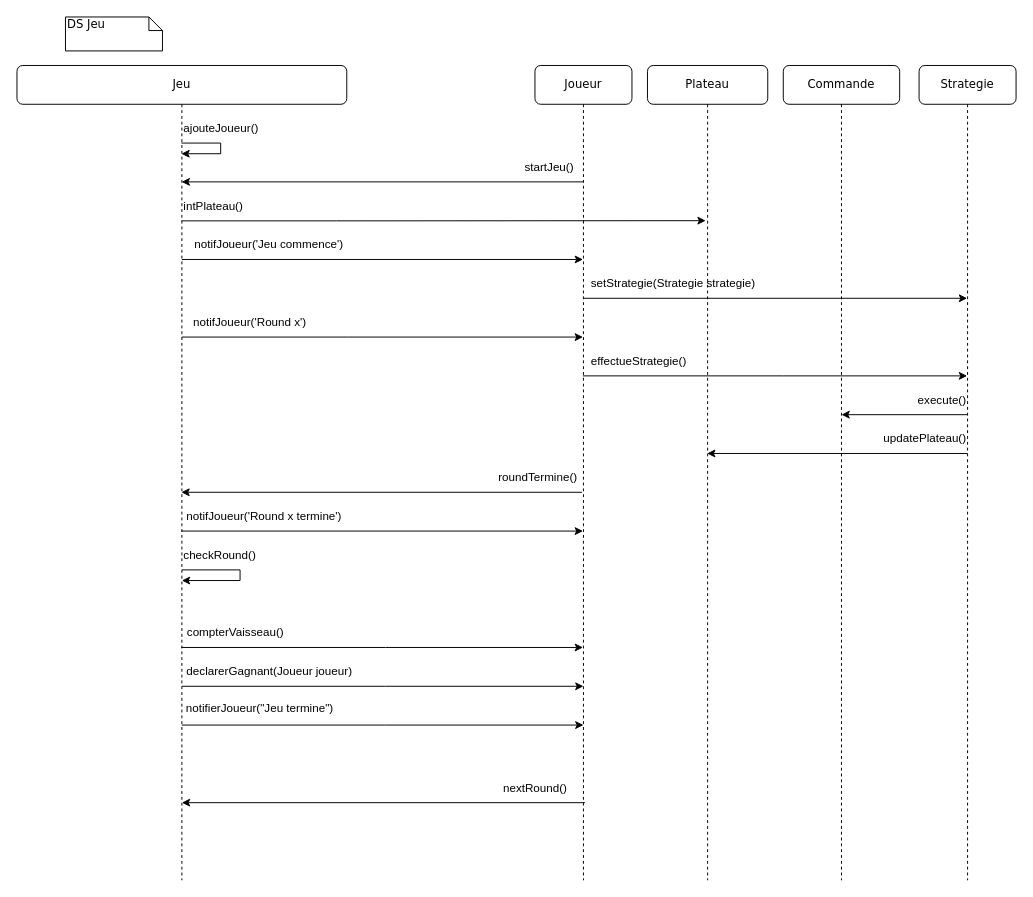
Above: page "Sequence de Jeu" (1 of 4) of diagrammedesequence.drawio in haikll/pocket_imperium_java (draw.io), before the change. Source tidied: cells renumbered, new cells numbered last; positions are measured from the earlier drawing's top-left corner, leaving out a move shared by most shapes. Both pictures are drawn from the tidied source at 97%, with x=0, y=0 at pixel (16, 16).
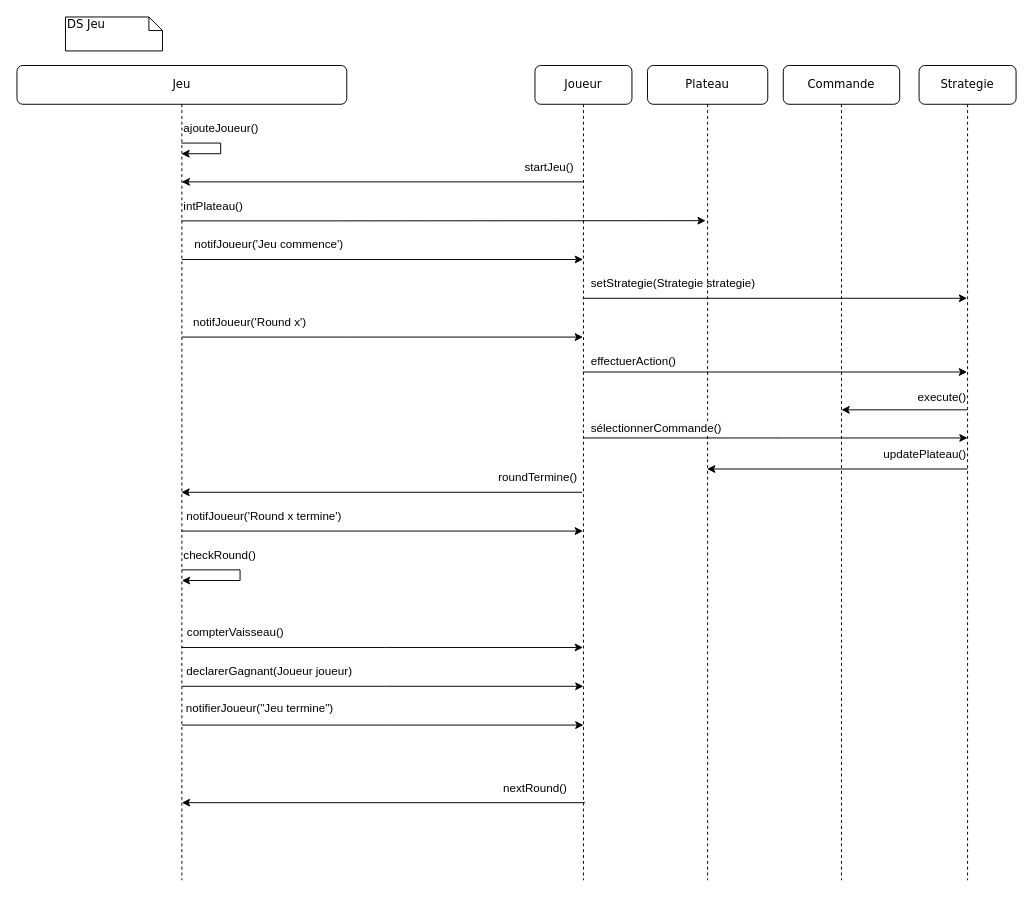
The same diagram, later.

The change refers to these unchanged cells:
```xml
<mxCell id="2" value="Joueur" style="shape=umlLifeline;perimeter=lifelinePerimeter;whiteSpace=wrap;html=1;outlineConnect=0;rounded=1;shadow=0;comic=0;labelBackgroundColor=none;strokeWidth=1;fontFamily=Verdana;fontSize=12;align=center;" parent="1" vertex="1">
  <mxGeometry x="534" y="50" width="100" height="840" as="geometry" />
</mxCell>
<mxCell id="7" value="Plateau" style="shape=umlLifeline;perimeter=lifelinePerimeter;whiteSpace=wrap;html=1;outlineConnect=0;rounded=1;shadow=0;comic=0;labelBackgroundColor=none;strokeWidth=1;fontFamily=Verdana;fontSize=12;align=center;" parent="1" vertex="1">
  <mxGeometry x="650" y="50" width="124" height="840" as="geometry" />
</mxCell>
<mxCell id="10" value="Strategie" style="shape=umlLifeline;perimeter=lifelinePerimeter;whiteSpace=wrap;html=1;outlineConnect=0;rounded=1;shadow=0;comic=0;labelBackgroundColor=none;strokeWidth=1;fontFamily=Verdana;fontSize=12;align=center;" parent="1" vertex="1">
  <mxGeometry x="930" y="50" width="100" height="840" as="geometry" />
</mxCell>
```

Diff of the diagram source:
```diff
@@
-    <mxCell id="11" style="endArrow=classic;html=1;rounded=0;" parent="10" edge="1" source="10">
+    <mxCell id="11" style="endArrow=classic;html=1;rounded=0;" parent="10" edge="1">
       <mxGeometry relative="1" as="geometry">
-        <mxPoint x="-80" y="360" as="targetPoint" />
+        <mxPoint x="49.5" y="355" as="sourcePoint" />
+        <mxPoint x="-80" y="355" as="targetPoint" />
       </mxGeometry>
     </mxCell>
     <mxCell id="12" value="&lt;div align=&quot;right&quot;&gt;execute()&lt;/div&gt;" style="text;html=1;align=right;verticalAlign=middle;strokeColor=none;fillColor=none;" parent="10" vertex="1">
-      <mxGeometry x="-20" y="330" width="70" height="30" as="geometry" />
+      <mxGeometry x="-20" y="327" width="70" height="30" as="geometry" />
     </mxCell>
-    <mxCell id="13" style="endArrow=classic;html=1;rounded=0;" parent="10" edge="1" target="7">
+    <mxCell id="13" style="endArrow=classic;html=1;rounded=0;" parent="10" edge="1">
       <mxGeometry relative="1" as="geometry">
-        <mxPoint x="50" y="400" as="sourcePoint" />
+        <mxPoint x="50" y="416" as="sourcePoint" />
+        <mxPoint x="-218.5" y="416" as="targetPoint" />
       </mxGeometry>
     </mxCell>
     <mxCell id="14" value="&lt;div align=&quot;right&quot;&gt;updatePlateau()&lt;/div&gt;" style="text;html=1;align=right;verticalAlign=middle;strokeColor=none;fillColor=none;" parent="10" vertex="1">
-      <mxGeometry x="-60" y="370" width="110" height="30" as="geometry" />
+      <mxGeometry x="-60" y="386" width="110" height="30" as="geometry" />
     </mxCell>
@@
-    <mxCell id="31" style="endArrow=classic;html=1;rounded=0;" parent="1" edge="1" source="2" target="10">
+    <mxCell id="31" style="endArrow=classic;html=1;rounded=0;" parent="1" edge="1">
       <mxGeometry relative="1" as="geometry">
+        <mxPoint x="583.5" y="366" as="sourcePoint" />
+        <mxPoint x="979.5" y="366" as="targetPoint" />
         <Array as="points">
-          <mxPoint x="790" y="370" />
+          <mxPoint x="790" y="366" />
         </Array>
       </mxGeometry>
     </mxCell>
@@
-    <mxCell id="33" value="effectueStrategie()" style="text;html=1;align=left;verticalAlign=middle;strokeColor=none;fillColor=none;" parent="1" vertex="1">
-      <mxGeometry x="590" y="340" width="120" height="30" as="geometry" />
+    <mxCell id="33" value="effectuerAction()" style="text;html=1;align=left;verticalAlign=middle;strokeColor=none;fillColor=none;" parent="1" vertex="1">
+      <mxGeometry x="590" y="340" width="110" height="30" as="geometry" />
     </mxCell>
@@
+    <mxCell id="40" style="endArrow=classic;html=1;rounded=0;" parent="1" edge="1">
+      <mxGeometry relative="1" as="geometry">
+        <mxPoint x="584" y="434" as="sourcePoint" />
+        <mxPoint x="980" y="434" as="targetPoint" />
+        <Array as="points">
+          <mxPoint x="790" y="434" />
+        </Array>
+      </mxGeometry>
+    </mxCell>
+    <mxCell id="41" value="&lt;span style=&quot;color: rgb(0, 0, 0); font-family: Arial, sans-serif; font-size: 12px; font-style: normal; font-variant-ligatures: normal; font-variant-caps: normal; font-weight: 400; letter-spacing: normal; orphans: 2; text-align: left; text-indent: 0px; text-transform: none; widows: 2; word-spacing: 0px; -webkit-text-stroke-width: 0px; caret-color: rgb(0, 0, 0); white-space: pre-wrap; background-color: rgb(251, 251, 251); text-decoration-thickness: initial; text-decoration-style: initial; text-decoration-color: initial; display: inline !important; float: none;&quot;&gt;sélectionnerCommande()&lt;/span&gt;" style="text;whiteSpace=wrap;html=1;" parent="1" vertex="1">
+      <mxGeometry x="590" y="410" width="170" height="40" as="geometry" />
+    </mxCell>
```
